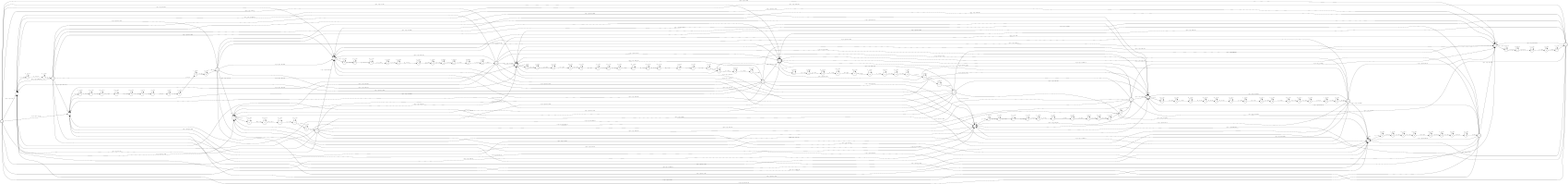
Above: tmp.png in LIM-june/INFR11033_assignment (Graphviz), before the change. Its source is kept beside it as tmp.dot.
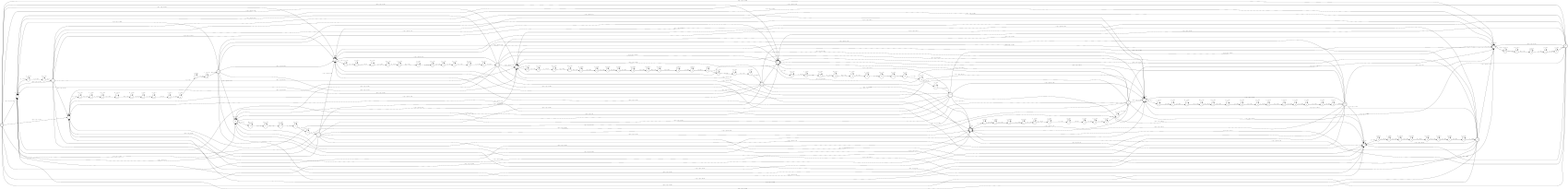
Later version of the same file.

Diff of the diagram source:
```diff
@@ -26,15 +26,15 @@
 	3 -> 3 [label = "ey_3:<eps>", fontsize = 14];
 	3 -> 4 [label = "ey_3:a", fontsize = 14];
 4 [label = "4", shape = doublecircle, style = solid, fontsize = 14]
-	4 -> 5 [label = "<eps>:<eps>/0.039773", fontsize = 14];
-	4 -> 1 [label = "<eps>:<eps>/0.0056818", fontsize = 14];
-	4 -> 18 [label = "<eps>:<eps>/0.034091", fontsize = 14];
-	4 -> 31 [label = "<eps>:<eps>/0.011364", fontsize = 14];
-	4 -> 44 [label = "<eps>:<eps>/0.77841", fontsize = 14];
-	4 -> 54 [label = "<eps>:<eps>/0.051136", fontsize = 14];
-	4 -> 73 [label = "<eps>:<eps>/0.028409", fontsize = 14];
-	4 -> 89 [label = "<eps>:<eps>/0.011364", fontsize = 14];
-	4 -> 96 [label = "<eps>:<eps>/0.034091", fontsize = 14];
+	4 -> 5 [label = "<eps>:<eps>/3.2246", fontsize = 14];
+	4 -> 1 [label = "<eps>:<eps>/5.1705", fontsize = 14];
+	4 -> 18 [label = "<eps>:<eps>/3.3787", fontsize = 14];
+	4 -> 31 [label = "<eps>:<eps>/4.4773", fontsize = 14];
+	4 -> 44 [label = "<eps>:<eps>/0.2505", fontsize = 14];
+	4 -> 54 [label = "<eps>:<eps>/2.9733", fontsize = 14];
+	4 -> 73 [label = "<eps>:<eps>/3.561", fontsize = 14];
+	4 -> 89 [label = "<eps>:<eps>/4.4773", fontsize = 14];
+	4 -> 96 [label = "<eps>:<eps>/3.3787", fontsize = 14];
 5 [label = "5", shape = circle, style = solid, fontsize = 14]
 	5 -> 5 [label = "p_1:<eps>", fontsize = 14];
 	5 -> 6 [label = "p_1:<eps>", fontsize = 14];
@@ -72,16 +72,16 @@
 	16 -> 16 [label = "er_3:<eps>", fontsize = 14];
 	16 -> 17 [label = "er_3:peter", fontsize = 14];
 17 [label = "17", shape = doublecircle, style = solid, fontsize = 14]
-	17 -> 109 [label = "<eps>:<eps>/0.01847", fontsize = 14];
-	17 -> 5 [label = "<eps>:<eps>/0.034301", fontsize = 14];
-	17 -> 96 [label = "<eps>:<eps>/0.10554", fontsize = 14];
-	17 -> 18 [label = "<eps>:<eps>/0.59894", fontsize = 14];
-	17 -> 1 [label = "<eps>:<eps>/0.0079156", fontsize = 14];
-	17 -> 54 [label = "<eps>:<eps>/0.05277", fontsize = 14];
-	17 -> 73 [label = "<eps>:<eps>/0.044855", fontsize = 14];
-	17 -> 44 [label = "<eps>:<eps>/0.021108", fontsize = 14];
-	17 -> 89 [label = "<eps>:<eps>/0.01847", fontsize = 14];
-	17 -> 31 [label = "<eps>:<eps>/0.0026385", fontsize = 14];
+	17 -> 109 [label = "<eps>:<eps>/3.9916", fontsize = 14];
+	17 -> 5 [label = "<eps>:<eps>/3.3726", fontsize = 14];
+	17 -> 96 [label = "<eps>:<eps>/2.2487", fontsize = 14];
+	17 -> 18 [label = "<eps>:<eps>/0.51259", fontsize = 14];
+	17 -> 1 [label = "<eps>:<eps>/4.8389", fontsize = 14];
+	17 -> 54 [label = "<eps>:<eps>/2.9418", fontsize = 14];
+	17 -> 73 [label = "<eps>:<eps>/3.1043", fontsize = 14];
+	17 -> 44 [label = "<eps>:<eps>/3.8581", fontsize = 14];
+	17 -> 89 [label = "<eps>:<eps>/3.9916", fontsize = 14];
+	17 -> 31 [label = "<eps>:<eps>/5.9375", fontsize = 14];
 18 [label = "18", shape = circle, style = solid, fontsize = 14]
 	18 -> 18 [label = "p_1:<eps>", fontsize = 14];
 	18 -> 19 [label = "p_1:<eps>", fontsize = 14];
@@ -119,16 +119,16 @@
 	29 -> 29 [label = "er_3:<eps>", fontsize = 14];
 	29 -> 30 [label = "er_3:piper", fontsize = 14];
 30 [label = "30", shape = doublecircle, style = solid, fontsize = 14]
-	30 -> 109 [label = "<eps>:<eps>/0.018462", fontsize = 14];
-	30 -> 44 [label = "<eps>:<eps>/0.036923", fontsize = 14];
-	30 -> 18 [label = "<eps>:<eps>/0.021538", fontsize = 14];
-	30 -> 5 [label = "<eps>:<eps>/0.064615", fontsize = 14];
-	30 -> 89 [label = "<eps>:<eps>/0.04", fontsize = 14];
-	30 -> 96 [label = "<eps>:<eps>/0.59385", fontsize = 14];
-	30 -> 73 [label = "<eps>:<eps>/0.033846", fontsize = 14];
-	30 -> 31 [label = "<eps>:<eps>/0.021538", fontsize = 14];
-	30 -> 1 [label = "<eps>:<eps>/0.0092308", fontsize = 14];
-	30 -> 54 [label = "<eps>:<eps>/0.052308", fontsize = 14];
+	30 -> 109 [label = "<eps>:<eps>/3.9921", fontsize = 14];
+	30 -> 44 [label = "<eps>:<eps>/3.2989", fontsize = 14];
+	30 -> 18 [label = "<eps>:<eps>/3.8379", fontsize = 14];
+	30 -> 5 [label = "<eps>:<eps>/2.7393", fontsize = 14];
+	30 -> 89 [label = "<eps>:<eps>/3.2189", fontsize = 14];
+	30 -> 96 [label = "<eps>:<eps>/0.52113", fontsize = 14];
+	30 -> 73 [label = "<eps>:<eps>/3.3859", fontsize = 14];
+	30 -> 31 [label = "<eps>:<eps>/3.8379", fontsize = 14];
+	30 -> 1 [label = "<eps>:<eps>/4.6852", fontsize = 14];
+	30 -> 54 [label = "<eps>:<eps>/2.9506", fontsize = 14];
 31 [label = "31", shape = circle, style = solid, fontsize = 14]
 	31 -> 31 [label = "w_1:<eps>", fontsize = 14];
 	31 -> 32 [label = "w_1:<eps>", fontsize = 14];
@@ -166,15 +166,15 @@
 	42 -> 42 [label = "z_3:<eps>", fontsize = 14];
 	42 -> 43 [label = "z_3:where's", fontsize = 14];
 43 [label = "43", shape = doublecircle, style = solid, fontsize = 14]
-	43 -> 109 [label = "<eps>:<eps>/0.71053", fontsize = 14];
-	43 -> 5 [label = "<eps>:<eps>/0.13816", fontsize = 14];
-	43 -> 1 [label = "<eps>:<eps>/0.019737", fontsize = 14];
-	43 -> 44 [label = "<eps>:<eps>/0.0065789", fontsize = 14];
-	43 -> 18 [label = "<eps>:<eps>/0.032895", fontsize = 14];
-	43 -> 89 [label = "<eps>:<eps>/0.019737", fontsize = 14];
-	43 -> 54 [label = "<eps>:<eps>/0.026316", fontsize = 14];
-	43 -> 96 [label = "<eps>:<eps>/0.013158", fontsize = 14];
-	43 -> 73 [label = "<eps>:<eps>/0.019737", fontsize = 14];
+	43 -> 109 [label = "<eps>:<eps>/0.34175", fontsize = 14];
+	43 -> 5 [label = "<eps>:<eps>/1.9794", fontsize = 14];
+	43 -> 1 [label = "<eps>:<eps>/3.9253", fontsize = 14];
+	43 -> 44 [label = "<eps>:<eps>/5.0239", fontsize = 14];
+	43 -> 18 [label = "<eps>:<eps>/3.4144", fontsize = 14];
+	43 -> 89 [label = "<eps>:<eps>/3.9253", fontsize = 14];
+	43 -> 54 [label = "<eps>:<eps>/3.6376", fontsize = 14];
+	43 -> 96 [label = "<eps>:<eps>/4.3307", fontsize = 14];
+	43 -> 73 [label = "<eps>:<eps>/3.9253", fontsize = 14];
 44 [label = "44", shape = circle, style = solid, fontsize = 14]
 	44 -> 44 [label = "p_1:<eps>", fontsize = 14];
 	44 -> 45 [label = "p_1:<eps>", fontsize = 14];
@@ -203,16 +203,16 @@
 	52 -> 52 [label = "k_3:<eps>", fontsize = 14];
 	52 -> 53 [label = "k_3:peck", fontsize = 14];
 53 [label = "53", shape = doublecircle, style = solid, fontsize = 14]
-	53 -> 73 [label = "<eps>:<eps>/0.025157", fontsize = 14];
-	53 -> 5 [label = "<eps>:<eps>/0.037736", fontsize = 14];
-	53 -> 89 [label = "<eps>:<eps>/0.71698", fontsize = 14];
-	53 -> 54 [label = "<eps>:<eps>/0.025157", fontsize = 14];
-	53 -> 96 [label = "<eps>:<eps>/0.037736", fontsize = 14];
-	53 -> 18 [label = "<eps>:<eps>/0.022013", fontsize = 14];
-	53 -> 1 [label = "<eps>:<eps>/0.015723", fontsize = 14];
-	53 -> 44 [label = "<eps>:<eps>/0.009434", fontsize = 14];
-	53 -> 31 [label = "<eps>:<eps>/0.015723", fontsize = 14];
-	53 -> 109 [label = "<eps>:<eps>/0.009434", fontsize = 14];
+	53 -> 73 [label = "<eps>:<eps>/3.6826", fontsize = 14];
+	53 -> 5 [label = "<eps>:<eps>/3.2771", fontsize = 14];
+	53 -> 89 [label = "<eps>:<eps>/0.33271", fontsize = 14];
+	53 -> 54 [label = "<eps>:<eps>/3.6826", fontsize = 14];
+	53 -> 96 [label = "<eps>:<eps>/3.2771", fontsize = 14];
+	53 -> 18 [label = "<eps>:<eps>/3.8161", fontsize = 14];
+	53 -> 1 [label = "<eps>:<eps>/4.1526", fontsize = 14];
+	53 -> 44 [label = "<eps>:<eps>/4.6634", fontsize = 14];
+	53 -> 31 [label = "<eps>:<eps>/4.1526", fontsize = 14];
+	53 -> 109 [label = "<eps>:<eps>/4.6634", fontsize = 14];
 54 [label = "54", shape = circle, style = solid, fontsize = 14]
 	54 -> 54 [label = "p_1:<eps>", fontsize = 14];
 	54 -> 55 [label = "p_1:<eps>", fontsize = 14];
@@ -268,16 +268,16 @@
 	71 -> 71 [label = "d_3:<eps>", fontsize = 14];
 	71 -> 72 [label = "d_3:pickled", fontsize = 14];
 72 [label = "72", shape = doublecircle, style = solid, fontsize = 14]
-	72 -> 44 [label = "<eps>:<eps>/0.042553", fontsize = 14];
-	72 -> 54 [label = "<eps>:<eps>/0.021277", fontsize = 14];
-	72 -> 96 [label = "<eps>:<eps>/0.039514", fontsize = 14];
-	72 -> 18 [label = "<eps>:<eps>/0.027356", fontsize = 14];
-	72 -> 109 [label = "<eps>:<eps>/0.021277", fontsize = 14];
-	72 -> 73 [label = "<eps>:<eps>/0.68997", fontsize = 14];
-	72 -> 5 [label = "<eps>:<eps>/0.045593", fontsize = 14];
-	72 -> 1 [label = "<eps>:<eps>/0.030395", fontsize = 14];
-	72 -> 89 [label = "<eps>:<eps>/0.027356", fontsize = 14];
-	72 -> 31 [label = "<eps>:<eps>/0.006079", fontsize = 14];
+	72 -> 44 [label = "<eps>:<eps>/3.157", fontsize = 14];
+	72 -> 54 [label = "<eps>:<eps>/3.8501", fontsize = 14];
+	72 -> 96 [label = "<eps>:<eps>/3.2311", fontsize = 14];
+	72 -> 18 [label = "<eps>:<eps>/3.5988", fontsize = 14];
+	72 -> 109 [label = "<eps>:<eps>/3.8501", fontsize = 14];
+	72 -> 73 [label = "<eps>:<eps>/0.37111", fontsize = 14];
+	72 -> 5 [label = "<eps>:<eps>/3.088", fontsize = 14];
+	72 -> 1 [label = "<eps>:<eps>/3.4935", fontsize = 14];
+	72 -> 89 [label = "<eps>:<eps>/3.5988", fontsize = 14];
+	72 -> 31 [label = "<eps>:<eps>/5.1029", fontsize = 14];
 73 [label = "73", shape = circle, style = solid, fontsize = 14]
 	73 -> 73 [label = "p_1:<eps>", fontsize = 14];
 	73 -> 74 [label = "p_1:<eps>", fontsize = 14];
@@ -324,16 +324,16 @@
 	87 -> 87 [label = "z_3:<eps>", fontsize = 14];
 	87 -> 88 [label = "z_3:peppers", fontsize = 14];
 88 [label = "88", shape = doublecircle, style = solid, fontsize = 14]
-	88 -> 5 [label = "<eps>:<eps>/0.25532", fontsize = 14];
-	88 -> 96 [label = "<eps>:<eps>/0.047872", fontsize = 14];
-	88 -> 73 [label = "<eps>:<eps>/0.034574", fontsize = 14];
-	88 -> 109 [label = "<eps>:<eps>/0.015957", fontsize = 14];
-	88 -> 31 [label = "<eps>:<eps>/0.13564", fontsize = 14];
-	88 -> 18 [label = "<eps>:<eps>/0.023936", fontsize = 14];
-	88 -> 89 [label = "<eps>:<eps>/0.042553", fontsize = 14];
-	88 -> 44 [label = "<eps>:<eps>/0.029255", fontsize = 14];
-	88 -> 1 [label = "<eps>:<eps>/0.010638", fontsize = 14];
-	88 -> 54 [label = "<eps>:<eps>/0.053191", fontsize = 14];
+	88 -> 5 [label = "<eps>:<eps>/1.3652", fontsize = 14];
+	88 -> 96 [label = "<eps>:<eps>/3.0392", fontsize = 14];
+	88 -> 73 [label = "<eps>:<eps>/3.3646", fontsize = 14];
+	88 -> 109 [label = "<eps>:<eps>/4.1378", fontsize = 14];
+	88 -> 31 [label = "<eps>:<eps>/1.9978", fontsize = 14];
+	88 -> 18 [label = "<eps>:<eps>/3.7324", fontsize = 14];
+	88 -> 89 [label = "<eps>:<eps>/3.157", fontsize = 14];
+	88 -> 44 [label = "<eps>:<eps>/3.5317", fontsize = 14];
+	88 -> 1 [label = "<eps>:<eps>/4.5433", fontsize = 14];
+	88 -> 54 [label = "<eps>:<eps>/2.9339", fontsize = 14];
 89 [label = "89", shape = circle, style = solid, fontsize = 14]
 	89 -> 89 [label = "ah_1:<eps>", fontsize = 14];
 	89 -> 90 [label = "ah_1:<eps>", fontsize = 14];
@@ -353,15 +353,15 @@
 	94 -> 94 [label = "v_3:<eps>", fontsize = 14];
 	94 -> 95 [label = "v_3:of", fontsize = 14];
 95 [label = "95", shape = doublecircle, style = solid, fontsize = 14]
-	95 -> 89 [label = "<eps>:<eps>/0.013378", fontsize = 14];
-	95 -> 1 [label = "<eps>:<eps>/0.036789", fontsize = 14];
-	95 -> 44 [label = "<eps>:<eps>/0.0301", fontsize = 14];
-	95 -> 73 [label = "<eps>:<eps>/0.12375", fontsize = 14];
-	95 -> 54 [label = "<eps>:<eps>/0.63545", fontsize = 14];
-	95 -> 109 [label = "<eps>:<eps>/0.026756", fontsize = 14];
-	95 -> 5 [label = "<eps>:<eps>/0.076923", fontsize = 14];
-	95 -> 96 [label = "<eps>:<eps>/0.023411", fontsize = 14];
-	95 -> 18 [label = "<eps>:<eps>/0.020067", fontsize = 14];
+	95 -> 89 [label = "<eps>:<eps>/4.3141", fontsize = 14];
+	95 -> 1 [label = "<eps>:<eps>/3.3025", fontsize = 14];
+	95 -> 44 [label = "<eps>:<eps>/3.5032", fontsize = 14];
+	95 -> 73 [label = "<eps>:<eps>/2.0895", fontsize = 14];
+	95 -> 54 [label = "<eps>:<eps>/0.45342", fontsize = 14];
+	95 -> 109 [label = "<eps>:<eps>/3.621", fontsize = 14];
+	95 -> 5 [label = "<eps>:<eps>/2.5649", fontsize = 14];
+	95 -> 96 [label = "<eps>:<eps>/3.7545", fontsize = 14];
+	95 -> 18 [label = "<eps>:<eps>/3.9087", fontsize = 14];
 96 [label = "96", shape = circle, style = solid, fontsize = 14]
 	96 -> 96 [label = "p_1:<eps>", fontsize = 14];
 	96 -> 97 [label = "p_1:<eps>", fontsize = 14];
@@ -399,16 +399,16 @@
 	107 -> 107 [label = "t_3:<eps>", fontsize = 14];
 	107 -> 108 [label = "t_3:picked", fontsize = 14];
 108 [label = "108", shape = doublecircle, style = solid, fontsize = 14]
-	108 -> 54 [label = "<eps>:<eps>/0.066667", fontsize = 14];
-	108 -> 18 [label = "<eps>:<eps>/0.034921", fontsize = 14];
-	108 -> 1 [label = "<eps>:<eps>/0.35556", fontsize = 14];
-	108 -> 73 [label = "<eps>:<eps>/0.063492", fontsize = 14];
-	108 -> 5 [label = "<eps>:<eps>/0.073016", fontsize = 14];
-	108 -> 109 [label = "<eps>:<eps>/0.031746", fontsize = 14];
-	108 -> 44 [label = "<eps>:<eps>/0.019048", fontsize = 14];
-	108 -> 31 [label = "<eps>:<eps>/0.012698", fontsize = 14];
-	108 -> 96 [label = "<eps>:<eps>/0.0031746", fontsize = 14];
-	108 -> 89 [label = "<eps>:<eps>/0.022222", fontsize = 14];
+	108 -> 54 [label = "<eps>:<eps>/2.7081", fontsize = 14];
+	108 -> 18 [label = "<eps>:<eps>/3.3547", fontsize = 14];
+	108 -> 1 [label = "<eps>:<eps>/1.0341", fontsize = 14];
+	108 -> 73 [label = "<eps>:<eps>/2.7568", fontsize = 14];
+	108 -> 5 [label = "<eps>:<eps>/2.6171", fontsize = 14];
+	108 -> 109 [label = "<eps>:<eps>/3.45", fontsize = 14];
+	108 -> 44 [label = "<eps>:<eps>/3.9608", fontsize = 14];
+	108 -> 31 [label = "<eps>:<eps>/4.3663", fontsize = 14];
+	108 -> 96 [label = "<eps>:<eps>/5.7526", fontsize = 14];
+	108 -> 89 [label = "<eps>:<eps>/3.8067", fontsize = 14];
 109 [label = "109", shape = circle, style = solid, fontsize = 14]
 	109 -> 109 [label = "dh_1:<eps>", fontsize = 14];
 	109 -> 110 [label = "dh_1:<eps>", fontsize = 14];
@@ -428,13 +428,13 @@
 	114 -> 114 [label = "iy_3:<eps>", fontsize = 14];
 	114 -> 115 [label = "iy_3:the", fontsize = 14];
 115 [label = "115", shape = doublecircle, style = solid, fontsize = 14]
-	115 -> 18 [label = "<eps>:<eps>/0.096045", fontsize = 14];
-	115 -> 54 [label = "<eps>:<eps>/0.090395", fontsize = 14];
-	115 -> 73 [label = "<eps>:<eps>/0.10169", fontsize = 14];
-	115 -> 5 [label = "<eps>:<eps>/0.062147", fontsize = 14];
-	115 -> 44 [label = "<eps>:<eps>/0.56497", fontsize = 14];
-	115 -> 96 [label = "<eps>:<eps>/0.045198", fontsize = 14];
-	115 -> 89 [label = "<eps>:<eps>/0.0056497", fontsize = 14];
-	115 -> 31 [label = "<eps>:<eps>/0.011299", fontsize = 14];
-	115 -> 1 [label = "<eps>:<eps>/0.011299", fontsize = 14];
+	115 -> 18 [label = "<eps>:<eps>/2.3429", fontsize = 14];
+	115 -> 54 [label = "<eps>:<eps>/2.4036", fontsize = 14];
+	115 -> 73 [label = "<eps>:<eps>/2.2858", fontsize = 14];
+	115 -> 5 [label = "<eps>:<eps>/2.7783", fontsize = 14];
+	115 -> 44 [label = "<eps>:<eps>/0.57098", fontsize = 14];
+	115 -> 96 [label = "<eps>:<eps>/3.0967", fontsize = 14];
+	115 -> 89 [label = "<eps>:<eps>/5.1761", fontsize = 14];
+	115 -> 31 [label = "<eps>:<eps>/4.483", fontsize = 14];
+	115 -> 1 [label = "<eps>:<eps>/4.483", fontsize = 14];
 }
```
